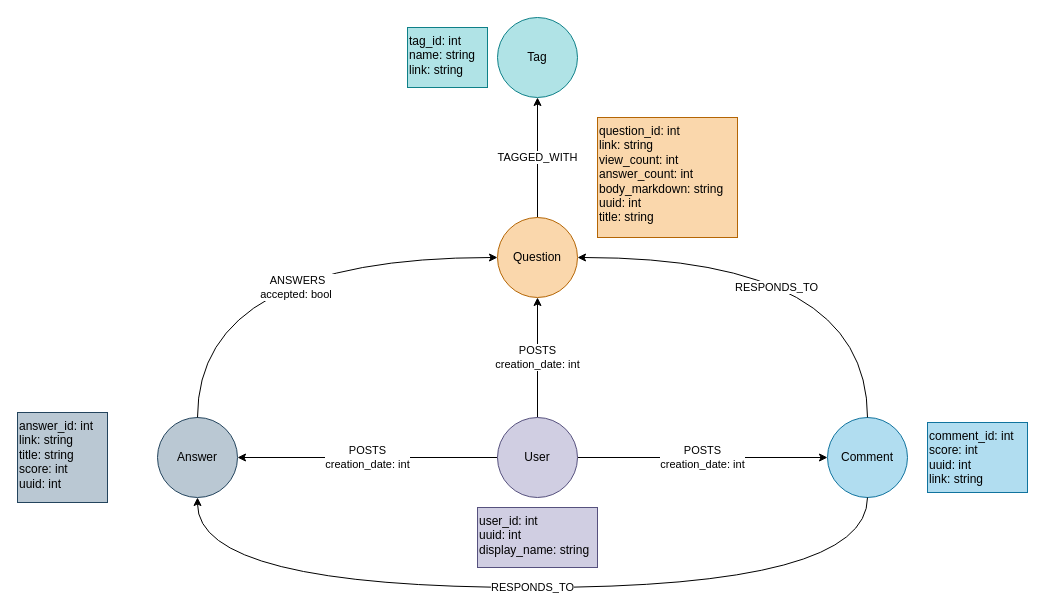
Before: page "StackOverflow" (3 of 3) of report/StackOverflow.drawio in sharie-rhea/cs-590, a draw.io diagram. Source tidied: cells renumbered, new cells numbered last; positions are measured from the earlier drawing's top-left corner, leaving out a move shared by most shapes. Both pictures are drawn from the tidied source at 100%, with x=0, y=0 at pixel (17, 17).
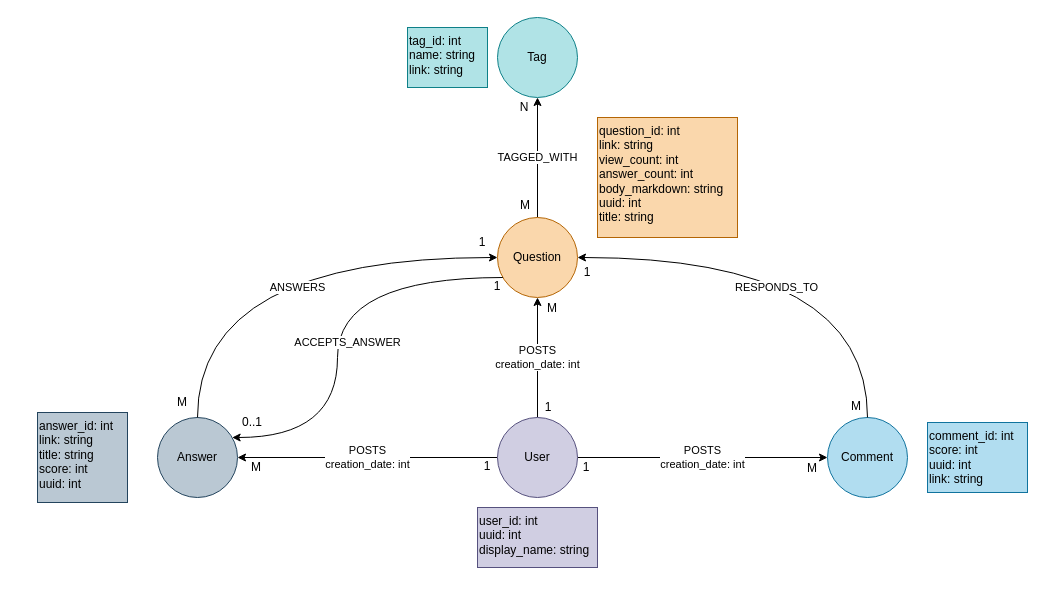
Above is the later version.

Commit message (it also covers changes not shown here):
change the way accepted answers are stored

Unchanged cells that the change refers to:
```xml
<mxCell id="2" value="Answer" style="ellipse;whiteSpace=wrap;html=1;fillColor=#bac8d3;strokeColor=#23445d;" parent="1" vertex="1">
  <mxGeometry x="140" y="400" width="80" height="80" as="geometry" />
</mxCell>
<mxCell id="3" value="&lt;div&gt;Comment&lt;/div&gt;" style="ellipse;whiteSpace=wrap;html=1;fillColor=#b1ddf0;strokeColor=#10739e;" parent="1" vertex="1">
  <mxGeometry x="810" y="400" width="80" height="80" as="geometry" />
</mxCell>
<mxCell id="9" value="Question" style="ellipse;whiteSpace=wrap;html=1;fillColor=#fad7ac;strokeColor=#b46504;" parent="1" vertex="1">
  <mxGeometry x="480" y="200" width="80" height="80" as="geometry" />
</mxCell>
```

Diff of the diagram source:
```diff
@@
-    <mxCell id="12" value="&lt;div&gt;ANSWERS&lt;/div&gt;&lt;div&gt;accepted: bool&amp;nbsp;&lt;/div&gt;" style="rounded=0;jettySize=auto;html=1;edgeStyle=orthogonalEdgeStyle;curved=1;" parent="1" edge="1" source="2" target="9">
+    <mxCell id="12" value="&lt;div&gt;ANSWERS&lt;/div&gt;" style="rounded=0;jettySize=auto;html=1;edgeStyle=orthogonalEdgeStyle;curved=1;" parent="1" edge="1" source="2" target="9">
       <mxGeometry x="0.13" y="-30" relative="1" as="geometry">
         <Array as="points">
           <mxPoint x="180" y="240" />
         </Array>
       </mxGeometry>
     </mxCell>
@@
-    <mxCell id="14" value="RESPONDS_TO" style="rounded=0;jettySize=auto;html=1;edgeStyle=orthogonalEdgeStyle;endArrow=none;endFill=0;startArrow=classic;startFill=1;curved=1;" parent="1" edge="1" source="2" target="3">
-      <mxGeometry relative="1" as="geometry">
-        <Array as="points">
-          <mxPoint x="180" y="570" />
-          <mxPoint x="850" y="570" />
-        </Array>
-      </mxGeometry>
-    </mxCell>
     <mxCell id="15" value="answer_id: int&#10;link: string&#10;title: string&#10;score: int&#10;uuid: int" style="text;whiteSpace=wrap;fillColor=#bac8d3;strokeColor=#23445d;" parent="1" vertex="1">
-      <mxGeometry y="395" width="90" height="90" as="geometry" />
+      <mxGeometry x="20" y="395" width="90" height="90" as="geometry" />
     </mxCell>
@@
+    <mxCell id="19" value="ACCEPTS_ANSWER" style="rounded=0;jettySize=auto;html=1;edgeStyle=orthogonalEdgeStyle;curved=1;startArrow=classic;startFill=1;endArrow=none;endFill=0;" parent="1" edge="1" source="2" target="9">
+      <mxGeometry x="-0.07" y="-10" relative="1" as="geometry">
+        <Array as="points">
+          <mxPoint x="320" y="420" />
+          <mxPoint x="320" y="260" />
+        </Array>
+      </mxGeometry>
+    </mxCell>
+    <mxCell id="20" value="1" style="text;html=1;whiteSpace=wrap;strokeColor=none;fillColor=none;align=center;verticalAlign=middle;rounded=0;" parent="1" vertex="1">
+      <mxGeometry x="555" y="240" width="30" height="30" as="geometry" />
+    </mxCell>
+    <mxCell id="21" value="M" style="text;html=1;whiteSpace=wrap;strokeColor=none;fillColor=none;align=center;verticalAlign=middle;rounded=0;" parent="1" vertex="1">
+      <mxGeometry x="780" y="436" width="30" height="30" as="geometry" />
+    </mxCell>
+    <mxCell id="22" value="1" style="text;html=1;whiteSpace=wrap;strokeColor=none;fillColor=none;align=center;verticalAlign=middle;rounded=0;" parent="1" vertex="1">
+      <mxGeometry x="554" y="435" width="30" height="30" as="geometry" />
+    </mxCell>
+    <mxCell id="23" value="M" style="text;html=1;whiteSpace=wrap;strokeColor=none;fillColor=none;align=center;verticalAlign=middle;rounded=0;" parent="1" vertex="1">
+      <mxGeometry x="493" y="173" width="30" height="30" as="geometry" />
+    </mxCell>
+    <mxCell id="24" value="N" style="text;html=1;whiteSpace=wrap;strokeColor=none;fillColor=none;align=center;verticalAlign=middle;rounded=0;" parent="1" vertex="1">
+      <mxGeometry x="492" y="75" width="30" height="30" as="geometry" />
+    </mxCell>
+    <mxCell id="25" value="1" style="text;html=1;whiteSpace=wrap;strokeColor=none;fillColor=none;align=center;verticalAlign=middle;rounded=0;" parent="1" vertex="1">
+      <mxGeometry x="465" y="254" width="30" height="30" as="geometry" />
+    </mxCell>
+    <mxCell id="26" value="0..1" style="text;html=1;whiteSpace=wrap;strokeColor=none;fillColor=none;align=center;verticalAlign=middle;rounded=0;" parent="1" vertex="1">
+      <mxGeometry x="220" y="390" width="30" height="30" as="geometry" />
+    </mxCell>
+    <mxCell id="27" value="M" style="text;html=1;whiteSpace=wrap;strokeColor=none;fillColor=none;align=center;verticalAlign=middle;rounded=0;" parent="1" vertex="1">
+      <mxGeometry x="150" y="370" width="30" height="30" as="geometry" />
+    </mxCell>
+    <mxCell id="28" value="1" style="text;html=1;whiteSpace=wrap;strokeColor=none;fillColor=none;align=center;verticalAlign=middle;rounded=0;" parent="1" vertex="1">
+      <mxGeometry x="450" y="210" width="30" height="30" as="geometry" />
+    </mxCell>
+    <mxCell id="29" value="M" style="text;html=1;whiteSpace=wrap;strokeColor=none;fillColor=none;align=center;verticalAlign=middle;rounded=0;" parent="1" vertex="1">
+      <mxGeometry x="224" y="435" width="30" height="30" as="geometry" />
+    </mxCell>
+    <mxCell id="30" value="M" style="text;html=1;whiteSpace=wrap;strokeColor=none;fillColor=none;align=center;verticalAlign=middle;rounded=0;" parent="1" vertex="1">
+      <mxGeometry x="520" y="276" width="30" height="30" as="geometry" />
+    </mxCell>
+    <mxCell id="31" value="&lt;div&gt;1&lt;/div&gt;" style="text;html=1;whiteSpace=wrap;strokeColor=none;fillColor=none;align=center;verticalAlign=middle;rounded=0;" parent="1" vertex="1">
+      <mxGeometry x="455" y="434" width="30" height="30" as="geometry" />
+    </mxCell>
+    <mxCell id="32" value="1" style="text;html=1;whiteSpace=wrap;strokeColor=none;fillColor=none;align=center;verticalAlign=middle;rounded=0;" parent="1" vertex="1">
+      <mxGeometry x="516" y="375" width="30" height="30" as="geometry" />
+    </mxCell>
+    <mxCell id="33" value="M" style="text;html=1;whiteSpace=wrap;strokeColor=none;fillColor=none;align=center;verticalAlign=middle;rounded=0;" parent="1" vertex="1">
+      <mxGeometry x="824" y="374" width="30" height="30" as="geometry" />
+    </mxCell>
```
